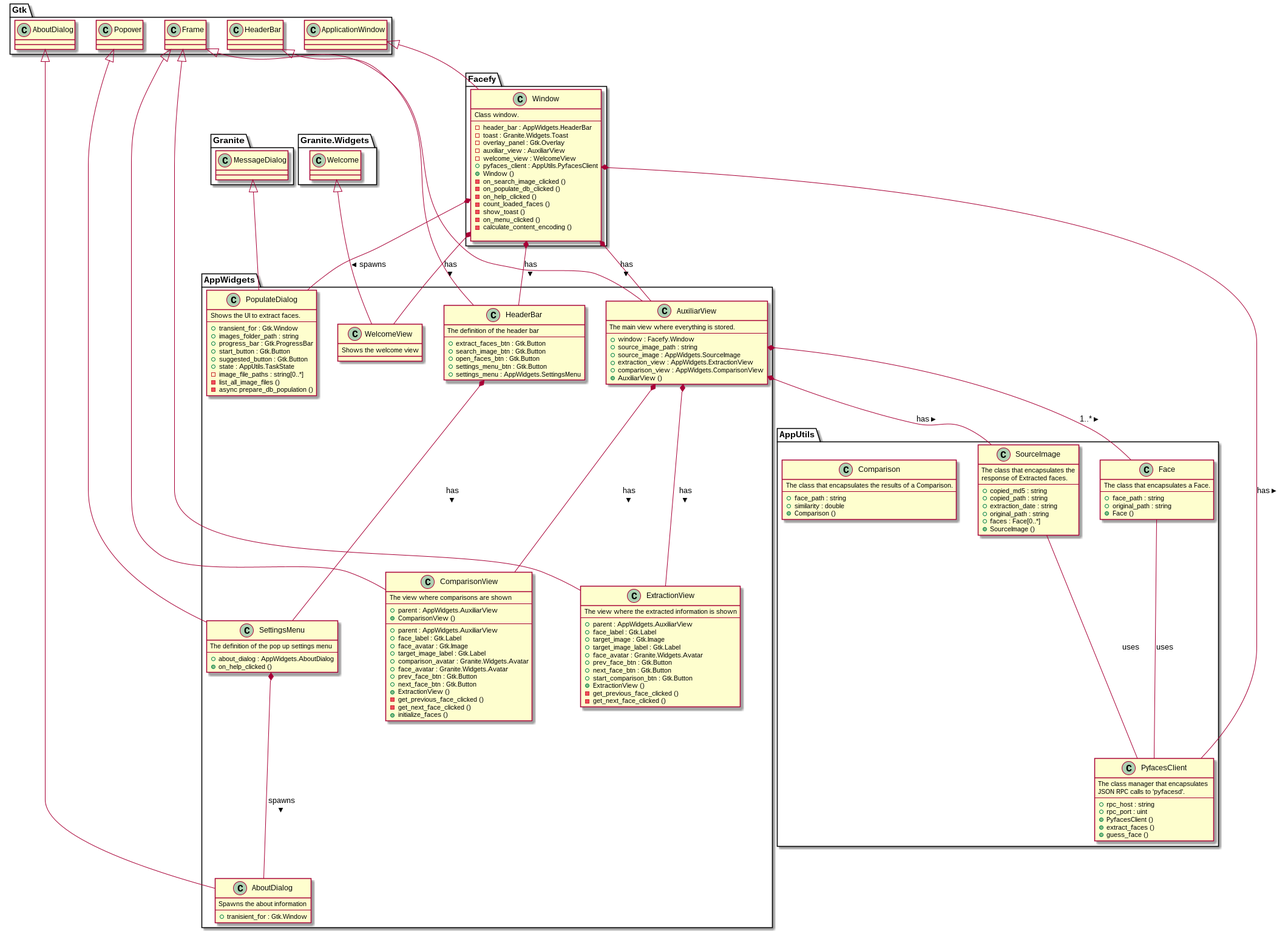
febrezo/Facefy keeps this PlantUML diagram as doc/class_diagram.png. Above is the earlier version.
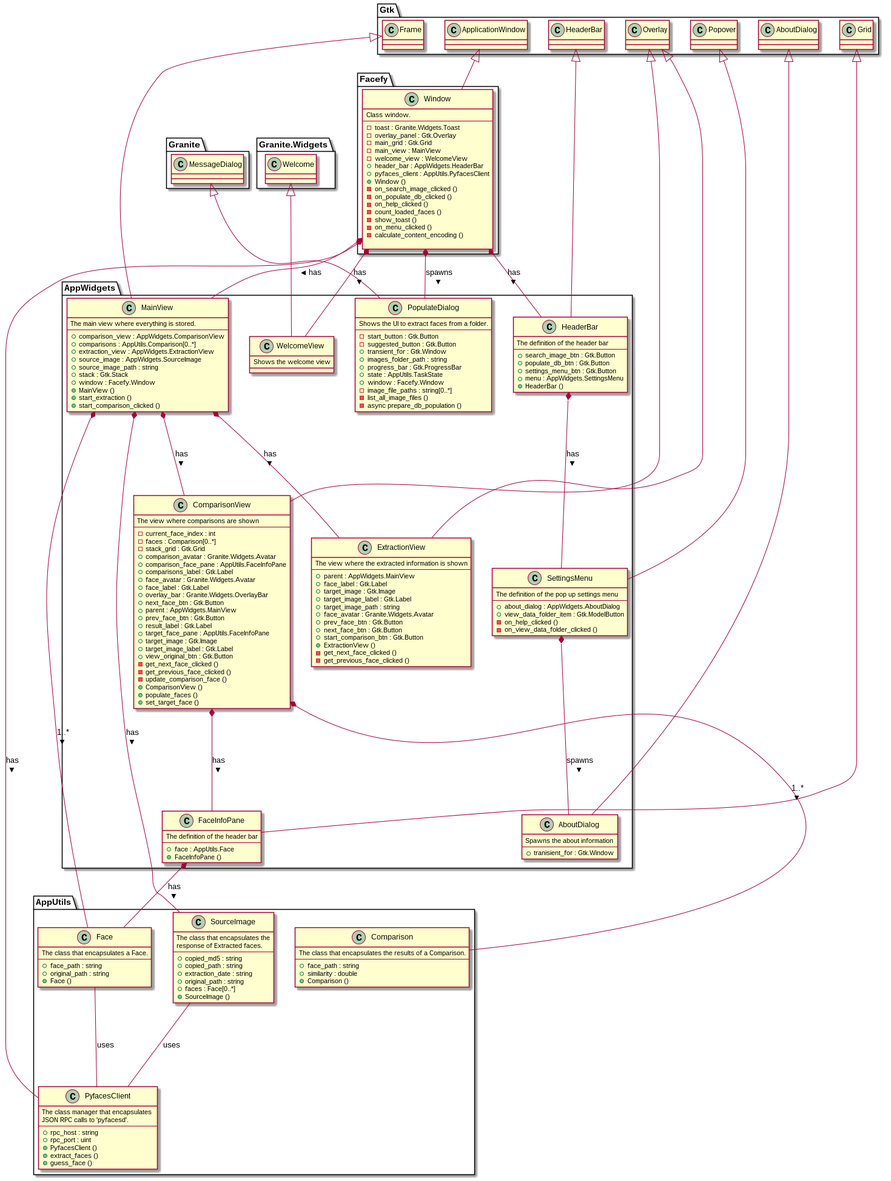
The same diagram one commit later.

Diff of the diagram source:
```diff
@@ -7,79 +7,106 @@
         +tranisient_for : Gtk.Window
     }
 
-    class AuxiliarView extends Gtk.Frame {
-        The main view where everything is stored.
+    class ComparisonView extends Gtk.Overlay {
+        The view where comparisons are shown
         --
-        +window : Facefy.Window
-        +source_image_path : string
-        +source_image : AppWidgets.SourceImage
-        +extraction_view : AppWidgets.ExtractionView
-        +comparison_view : AppWidgets.ComparisonView
-        +AuxiliarView ()
+        -current_face_index : int
+        -faces : Comparison[0..*]
+        -stack_grid : Gtk.Grid
+        +comparison_avatar : Granite.Widgets.Avatar
+        +comparison_face_pane : AppUtils.FaceInfoPane
+        +comparisons_label : Gtk.Label
+        +face_avatar : Granite.Widgets.Avatar
+        +face_label : Gtk.Label
+        +overlay_bar : Granite.Widgets.OverlayBar
+        +next_face_btn : Gtk.Button
+        +parent : AppWidgets.MainView
+        +prev_face_btn : Gtk.Button
+        +result_label : Gtk.Label
+        +target_face_pane : AppUtils.FaceInfoPane
+        +target_image : Gtk.Image
+        +target_image_label : Gtk.Label
+        +view_original_btn : Gtk.Button
+        -get_next_face_clicked ()
+        -get_previous_face_clicked ()
+        -update_comparison_face ()
+        +ComparisonView ()
+        +populate_faces ()
+        +set_target_face ()
     }
 
-    class ExtractionView extends Gtk.Frame {
+
+    class ExtractionView extends Gtk.Overlay {
         The view where the extracted information is shown
         --
-        +parent : AppWidgets.AuxiliarView
+        +parent : AppWidgets.MainView
         +face_label : Gtk.Label
         +target_image : Gtk.Image
         +target_image_label : Gtk.Label
+        +target_image_path : string
         +face_avatar : Granite.Widgets.Avatar
         +prev_face_btn : Gtk.Button
         +next_face_btn : Gtk.Button
         +start_comparison_btn : Gtk.Button
         +ExtractionView ()
+        -get_next_face_clicked ()
         -get_previous_face_clicked ()
-        -get_next_face_clicked ()
     }
 
-    class ComparisonView extends Gtk.Frame {
-        The view where comparisons are shown
+
+    class FaceInfoPane extends Gtk.Grid{
+        The definition of the header bar
         --
-        +parent : AppWidgets.AuxiliarView
-        +ComparisonView ()
-        --
-        +parent : AppWidgets.AuxiliarView
-        +face_label : Gtk.Label
-        +face_avatar : Gtk.Image
-        +target_image_label : Gtk.Label
-        +comparison_avatar : Granite.Widgets.Avatar
-        +face_avatar : Granite.Widgets.Avatar
-        +prev_face_btn : Gtk.Button
-        +next_face_btn : Gtk.Button
-        +ExtractionView ()
-        -get_previous_face_clicked ()
-        -get_next_face_clicked ()
-        +initialize_faces ()
+        +face : AppUtils.Face
+        +FaceInfoPane ()
     }
+
 
     class HeaderBar extends Gtk.HeaderBar{
         The definition of the header bar
         --
-        +extract_faces_btn : Gtk.Button
         +search_image_btn : Gtk.Button
-        +open_faces_btn : Gtk.Button
+        +populate_db_btn : Gtk.Button
         +settings_menu_btn : Gtk.Button
-        +settings_menu : AppWidgets.SettingsMenu
+        +menu : AppWidgets.SettingsMenu
+        +HeaderBar ()
     }
+
+    class MainView extends Gtk.Frame {
+        The main view where everything is stored.
+        --
+        +comparison_view : AppWidgets.ComparisonView
+        +comparisons : AppUtils.Comparison[0..*]
+        +extraction_view : AppWidgets.ExtractionView
+        +source_image : AppWidgets.SourceImage
+        +source_image_path : string
+        +stack : Gtk.Stack
+        +window : Facefy.Window
+        +MainView ()
+        +start_extraction ()
+        +start_comparison_clicked ()
+    }
+
 
     class SettingsMenu extends Gtk.Popover {
         The definition of the pop up settings menu
         --
         +about_dialog : AppWidgets.AboutDialog
-        +on_help_clicked ()
+        +view_data_folder_item : Gtk.ModelButton
+        -on_help_clicked ()
+        -on_view_data_folder_clicked ()
     }
 
     class PopulateDialog extends Granite.MessageDialog {
-        Shows the UI to extract faces.
+        Shows the UI to extract faces from a folder.
         --
+        -start_button : Gtk.Button
+        -suggested_button : Gtk.Button
         +transient_for : Gtk.Window
         +images_folder_path : string
         +progress_bar : Gtk.ProgressBar
-        +start_button : Gtk.Button
-        +suggested_button : Gtk.Button
         +state : AppUtils.TaskState
+        +window : Facefy.Window
         -image_file_paths : string[0..*]
         -list_all_image_files ()
         -async prepare_db_population ()
@@ -133,11 +160,12 @@
     class Window extends Gtk.ApplicationWindow {
         Class window.
         --
-        -header_bar : AppWidgets.HeaderBar
         -toast : Granite.Widgets.Toast
         -overlay_panel : Gtk.Overlay
-        -auxiliar_view : AuxiliarView
+        -main_grid : Gtk.Grid
+        -main_view : MainView
         -welcome_view : WelcomeView
+        +header_bar : AppWidgets.HeaderBar
         +pyfaces_client : AppUtils.PyfacesClient
         +Window ()
         -on_search_image_clicked ()
@@ -155,12 +183,15 @@
 SourceImage -- PyfacesClient : uses
 HeaderBar *-- SettingsMenu : has >
 SettingsMenu *-- AboutDialog : spawns >
-AuxiliarView *-- ExtractionView : has >
-AuxiliarView *-- ComparisonView : has >
-AuxiliarView *-- SourceImage : has >
-AuxiliarView *- Face : 1..* >
+MainView *-- ExtractionView : has >
+MainView *-- ComparisonView : has >
+MainView *-- SourceImage : has >
+MainView *- Face : 1..* >
+FaceInfoPane *-- Face : has >
+ComparisonView *-- FaceInfoPane : has >
+ComparisonView *- Comparison :  1..* >
 Window *- PopulateDialog : spawns >
-Window *-- AuxiliarView : has >
+Window *-- MainView : has >
 Window *-- WelcomeView : has >
 Window *-- HeaderBar : has >
 Window *-- PyfacesClient : has >
```
